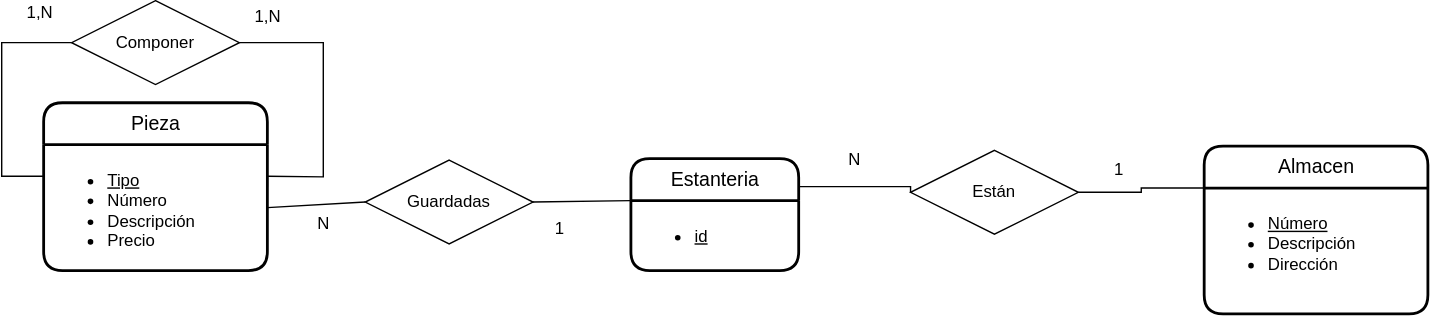
Jimxx22/C3-UD11-UML keeps this draw.io diagram as UD12-05.svg. Above is the earlier version. Source tidied: cells renumbered, new cells last; positions are measured from the earlier drawing's top-left corner, leaving out a move shared by most shapes.
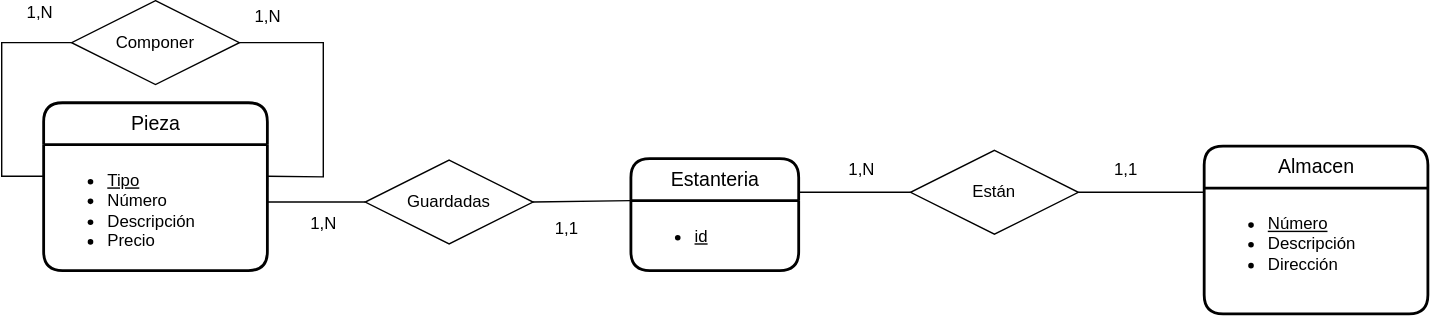
The same diagram one commit later.

Diff of the diagram source:
```diff
@@ -35,8 +35,7 @@
     <mxCell id="12" style="edgeStyle=orthogonalEdgeStyle;rounded=0;jettySize=auto;html=1;endArrow=none;endFill=0;entryX=1;entryY=0;entryDx=0;entryDy=0;exitX=0;exitY=0.5;exitDx=0;exitDy=0;" parent="1" edge="1" source="16" target="3">
       <mxGeometry relative="1" as="geometry">
         <Array as="points">
-          <mxPoint x="650" y="133" />
-          <mxPoint x="570" y="133" />
+          <mxPoint x="570" y="137" />
         </Array>
       </mxGeometry>
     </mxCell>
@@ -52,16 +51,20 @@
       </mxGeometry>
     </mxCell>
     <mxCell id="15" style="edgeStyle=orthogonalEdgeStyle;rounded=0;jettySize=auto;html=1;endArrow=none;endFill=0;entryX=0;entryY=0.25;entryDx=0;entryDy=0;" parent="1" edge="1" source="16" target="8">
-      <mxGeometry relative="1" as="geometry" />
+      <mxGeometry relative="1" as="geometry">
+        <Array as="points">
+          <mxPoint x="860" y="137" />
+        </Array>
+      </mxGeometry>
     </mxCell>
     <mxCell id="16" value="Están" style="shape=rhombus;perimeter=rhombusPerimeter;whiteSpace=wrap;html=1;align=center;rounded=0;glass=0;fillColor=default;" parent="1" vertex="1">
       <mxGeometry x="650" y="107" width="120" height="60" as="geometry" />
     </mxCell>
-    <mxCell id="17" value="1" style="text;strokeColor=none;fillColor=none;spacingLeft=4;spacingRight=4;overflow=hidden;fontSize=12;rounded=0;glass=0;html=1;" parent="1" vertex="1">
+    <mxCell id="17" value="1,1" style="text;strokeColor=none;fillColor=none;spacingLeft=4;spacingRight=4;overflow=hidden;fontSize=12;rounded=0;glass=0;html=1;" parent="1" vertex="1">
       <mxGeometry x="790" y="107" width="40" height="30" as="geometry" />
     </mxCell>
-    <mxCell id="18" value="N" style="text;strokeColor=none;fillColor=none;spacingLeft=4;spacingRight=4;overflow=hidden;fontSize=12;rounded=0;glass=0;html=1;" parent="1" vertex="1">
-      <mxGeometry x="600" y="100" width="40" height="30" as="geometry" />
+    <mxCell id="18" value="1,N" style="text;strokeColor=none;fillColor=none;spacingLeft=4;spacingRight=4;overflow=hidden;fontSize=12;rounded=0;glass=0;html=1;" parent="1" vertex="1">
+      <mxGeometry x="600" y="107" width="40" height="30" as="geometry" />
     </mxCell>
     <mxCell id="19" style="endArrow=none;html=1;rounded=0;exitX=1;exitY=0.5;exitDx=0;exitDy=0;entryX=1;entryY=0.25;entryDx=0;entryDy=0;" parent="1" edge="1" source="10" target="5">
       <mxGeometry relative="1" as="geometry">
@@ -79,16 +82,18 @@
     <mxCell id="21" value="Guardadas" style="shape=rhombus;perimeter=rhombusPerimeter;whiteSpace=wrap;html=1;align=center;rounded=0;glass=0;fillColor=default;" parent="1" vertex="1">
       <mxGeometry x="260" y="114" width="120" height="60" as="geometry" />
     </mxCell>
-    <mxCell id="22" style="endArrow=none;html=1;rounded=0;exitX=1;exitY=0.5;exitDx=0;exitDy=0;entryX=0;entryY=0.5;entryDx=0;entryDy=0;" parent="1" edge="1" source="5" target="21">
-      <mxGeometry relative="1" as="geometry" />
+    <mxCell id="22" style="endArrow=none;html=1;rounded=0;entryX=0;entryY=0.5;entryDx=0;entryDy=0;" parent="1" edge="1" target="21">
+      <mxGeometry relative="1" as="geometry">
+        <mxPoint x="190" y="144" as="sourcePoint" />
+      </mxGeometry>
     </mxCell>
     <mxCell id="23" style="endArrow=none;html=1;rounded=0;exitX=1;exitY=0.5;exitDx=0;exitDy=0;entryX=0;entryY=0;entryDx=0;entryDy=0;" parent="1" edge="1" source="21" target="3">
       <mxGeometry relative="1" as="geometry" />
     </mxCell>
-    <mxCell id="24" value="N" style="text;html=1;align=center;verticalAlign=middle;strokeColor=none;fillColor=none;" parent="1" vertex="1">
-      <mxGeometry x="215" y="145" width="30" height="30" as="geometry" />
+    <mxCell id="24" value="1,N" style="text;html=1;align=center;verticalAlign=middle;strokeColor=none;fillColor=none;" parent="1" vertex="1">
+      <mxGeometry x="210" y="145" width="40" height="30" as="geometry" />
     </mxCell>
-    <mxCell id="25" value="1" style="text;strokeColor=none;fillColor=none;spacingLeft=4;spacingRight=4;overflow=hidden;fontSize=12;rounded=0;glass=0;html=1;" parent="1" vertex="1">
+    <mxCell id="25" value="1,1" style="text;strokeColor=none;fillColor=none;spacingLeft=4;spacingRight=4;overflow=hidden;fontSize=12;rounded=0;glass=0;html=1;" parent="1" vertex="1">
       <mxGeometry x="390" y="149" width="40" height="30" as="geometry" />
     </mxCell>
   </root>
```
